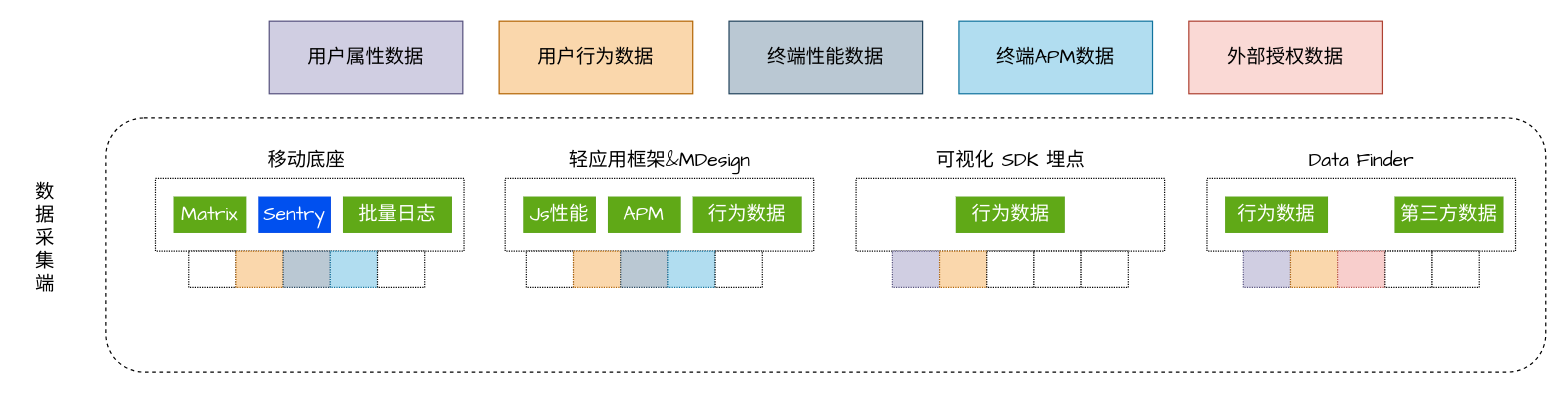
ming3000/midea keeps this draw.io diagram as arch.drawio. Above is the earlier version. Source tidied: cells renumbered, new cells numbered last; positions are measured from the earlier drawing's top-left corner, leaving out a move shared by most shapes. Both pictures are drawn from the tidied source at 121%, with x=0, y=0 at pixel (21, 21).
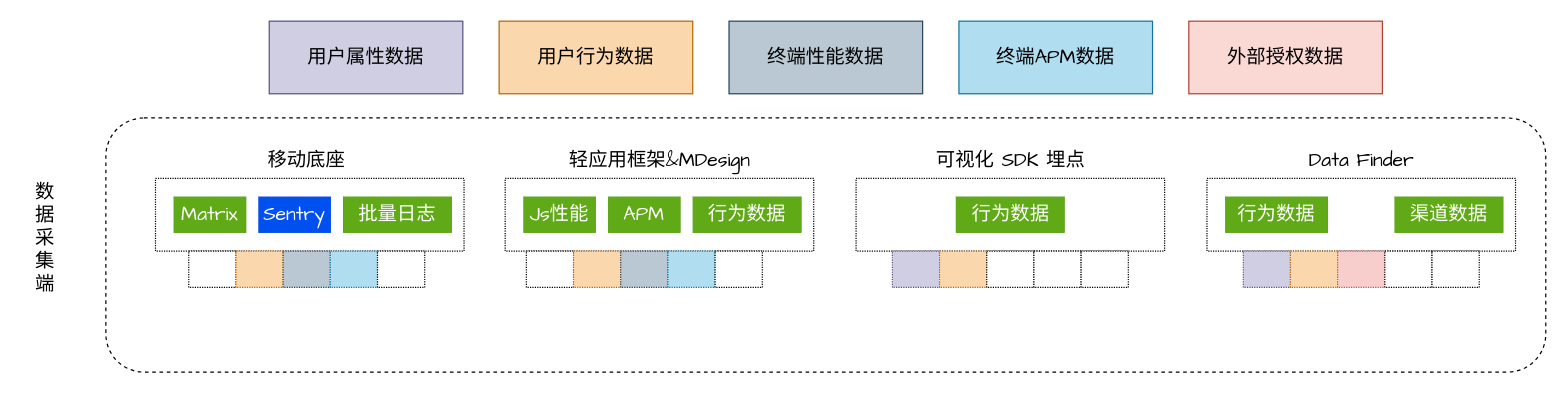
Above is the later version.

Change to the diagram source:
```diff
@@
-    <mxCell id="24" value="第三方数据" style="rounded=0;whiteSpace=wrap;html=1;dashed=1;fontSize=16;strokeWidth=0;fontFamily=Comic Sans MS;fillColor=#60a917;fontColor=#ffffff;strokeColor=#2D7600;" parent="1" vertex="1">
+    <mxCell id="24" value="渠道数据" style="rounded=0;whiteSpace=wrap;html=1;dashed=1;fontSize=16;strokeWidth=0;fontFamily=Comic Sans MS;fillColor=#60a917;fontColor=#ffffff;strokeColor=#2D7600;" parent="1" vertex="1">
       <mxGeometry x="1135" y="145" width="90" height="30" as="geometry" />
     </mxCell>
```
